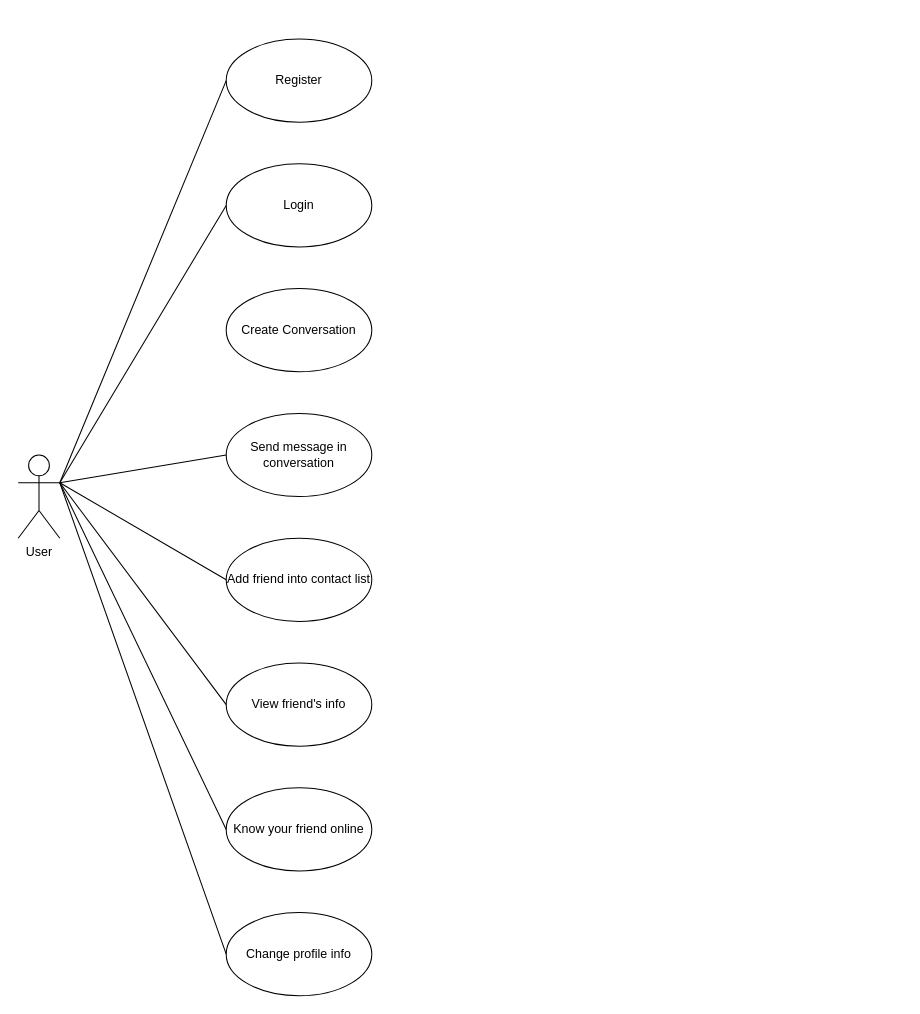
Above: page "UseCase1" (1 of 3) of Documentation/Diagrams/User Use case.drawio in phananhtruc98/ChatWebApp (draw.io), before the change. Source tidied: cells renumbered, new cells numbered last; positions are measured from the earlier drawing's top-left corner, leaving out a move shared by most shapes. Both pictures are drawn from the tidied source at 104%, with x=0, y=0 at pixel (18, 38).
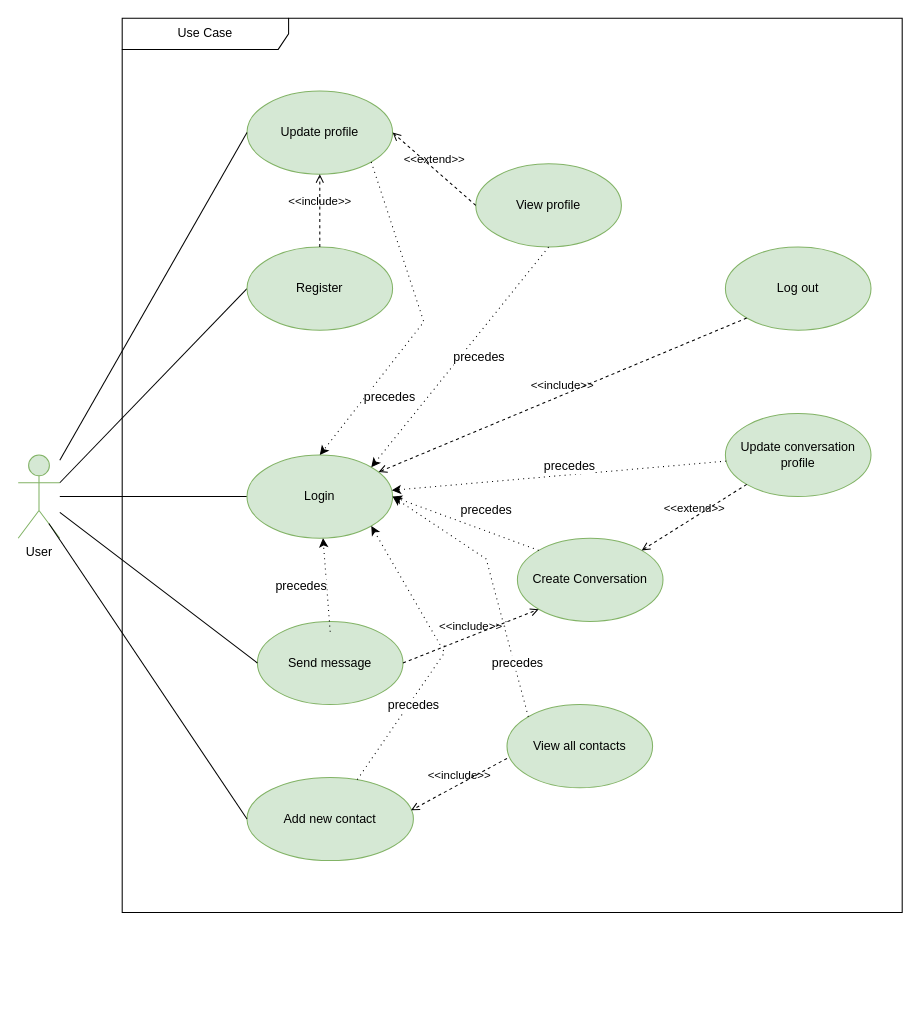
The same page after the edit.

Change to the diagram source:
```diff
@@
+    <mxCell id="11" style="rounded=0;jettySize=auto;html=1;entryX=0;entryY=0.5;entryDx=0;entryDy=0;endArrow=none;endFill=0;" parent="1" edge="1" source="2" target="4">
+      <mxGeometry relative="1" as="geometry" />
+    </mxCell>
-    <mxCell id="2" value="User" style="shape=umlActor;verticalLabelPosition=bottom;verticalAlign=top;html=1;" parent="1" vertex="1">
+    <mxCell id="2" value="User" style="shape=umlActor;verticalLabelPosition=bottom;verticalAlign=top;html=1;fillColor=#d5e8d4;strokeColor=#82b366;" parent="1" vertex="1">
       <mxGeometry y="400" width="40" height="80" as="geometry" />
     </mxCell>
+    <mxCell id="5" value="Create Conversation" style="ellipse;whiteSpace=wrap;html=1;fillColor=#d5e8d4;strokeColor=#82b366;" parent="1" vertex="1">
+      <mxGeometry x="480" y="480" width="140" height="80" as="geometry" />
+    </mxCell>
+    <mxCell id="6" value="Send message" style="ellipse;whiteSpace=wrap;html=1;fillColor=#d5e8d4;strokeColor=#82b366;" parent="1" vertex="1">
+      <mxGeometry x="230" y="560" width="140" height="80" as="geometry" />
+    </mxCell>
+    <mxCell id="10" style="rounded=0;jettySize=auto;html=1;exitX=1;exitY=0.3333333333333333;exitDx=0;exitDy=0;exitPerimeter=0;entryX=0;entryY=0.5;entryDx=0;entryDy=0;endArrow=none;endFill=0;" parent="1" edge="1" source="2" target="3">
+      <mxGeometry relative="1" as="geometry" />
+    </mxCell>
+    <mxCell id="18" value="Add new contact" style="ellipse;whiteSpace=wrap;html=1;fillColor=#d5e8d4;strokeColor=#82b366;" parent="1" vertex="1">
+      <mxGeometry x="220" y="710" width="160" height="80" as="geometry" />
+    </mxCell>
+    <mxCell id="19" value="Update conversation profile" style="ellipse;whiteSpace=wrap;html=1;fillColor=#d5e8d4;strokeColor=#82b366;" parent="1" vertex="1">
+      <mxGeometry x="680" y="360" width="140" height="80" as="geometry" />
+    </mxCell>
+    <mxCell id="20" value="Update profile" style="ellipse;whiteSpace=wrap;html=1;fillColor=#d5e8d4;strokeColor=#82b366;" parent="1" vertex="1">
+      <mxGeometry x="220" y="50" width="140" height="80" as="geometry" />
+    </mxCell>
-    <mxCell id="3" value="Register" style="ellipse;whiteSpace=wrap;html=1;" parent="1" vertex="1">
-      <mxGeometry x="200" width="140" height="80" as="geometry" />
+    <mxCell id="3" value="Register" style="ellipse;whiteSpace=wrap;html=1;fillColor=#d5e8d4;strokeColor=#82b366;" parent="1" vertex="1">
+      <mxGeometry x="220" y="200" width="140" height="80" as="geometry" />
     </mxCell>
-    <mxCell id="4" value="Login" style="ellipse;whiteSpace=wrap;html=1;" parent="1" vertex="1">
-      <mxGeometry x="200" y="120" width="140" height="80" as="geometry" />
+    <mxCell id="4" value="Login" style="ellipse;whiteSpace=wrap;html=1;fillColor=#d5e8d4;strokeColor=#82b366;" parent="1" vertex="1">
+      <mxGeometry x="220" y="400" width="140" height="80" as="geometry" />
     </mxCell>
-    <mxCell id="5" value="Create Conversation" style="ellipse;whiteSpace=wrap;html=1;" parent="1" vertex="1">
-      <mxGeometry x="200" y="240" width="140" height="80" as="geometry" />
-    </mxCell>
-    <mxCell id="6" value="Send message in conversation" style="ellipse;whiteSpace=wrap;html=1;" parent="1" vertex="1">
-      <mxGeometry x="200" y="360" width="140" height="80" as="geometry" />
-    </mxCell>
-    <mxCell id="7" value="Add friend into contact list" style="ellipse;whiteSpace=wrap;html=1;" parent="1" vertex="1">
-      <mxGeometry x="200" y="480" width="140" height="80" as="geometry" />
-    </mxCell>
-    <mxCell id="8" value="View friend's info" style="ellipse;whiteSpace=wrap;html=1;" parent="1" vertex="1">
-      <mxGeometry x="200" y="600" width="140" height="80" as="geometry" />
+    <mxCell id="8" value="View profile" style="ellipse;whiteSpace=wrap;html=1;fillColor=#d5e8d4;strokeColor=#82b366;" parent="1" vertex="1">
+      <mxGeometry x="440" y="120" width="140" height="80" as="geometry" />
     </mxCell>
+    <mxCell id="21" value="Log out" style="ellipse;whiteSpace=wrap;html=1;fillColor=#d5e8d4;strokeColor=#82b366;" parent="1" vertex="1">
+      <mxGeometry x="680" y="200" width="140" height="80" as="geometry" />
+    </mxCell>
-    <mxCell id="9" value="Know your friend online" style="ellipse;whiteSpace=wrap;html=1;" parent="1" vertex="1">
-      <mxGeometry x="200" y="720" width="140" height="80" as="geometry" />
+    <mxCell id="9" value="View all contacts" style="ellipse;whiteSpace=wrap;html=1;fillColor=#d5e8d4;strokeColor=#82b366;" parent="1" vertex="1">
+      <mxGeometry x="470" y="640" width="140" height="80" as="geometry" />
     </mxCell>
-    <mxCell id="10" style="rounded=0;jettySize=auto;html=1;exitX=1;exitY=0.3333333333333333;exitDx=0;exitDy=0;exitPerimeter=0;entryX=0;entryY=0.5;entryDx=0;entryDy=0;endArrow=none;endFill=0;" parent="1" edge="1" source="2" target="3">
-      <mxGeometry relative="1" as="geometry" />
-    </mxCell>
-    <mxCell id="11" style="rounded=0;jettySize=auto;html=1;exitX=1;exitY=0.3333333333333333;exitDx=0;exitDy=0;exitPerimeter=0;entryX=0;entryY=0.5;entryDx=0;entryDy=0;endArrow=none;endFill=0;" parent="1" edge="1" source="2" target="4">
-      <mxGeometry relative="1" as="geometry" />
-    </mxCell>
+    <mxCell id="22" value="&amp;lt;&amp;lt;include&amp;gt;&amp;gt;" style="html=1;verticalAlign=bottom;labelBackgroundColor=none;endArrow=open;endFill=0;dashed=1;rounded=0;entryX=0.5;entryY=1;entryDx=0;entryDy=0;exitX=0.5;exitY=0;exitDx=0;exitDy=0;" parent="1" edge="1" source="3" target="20">
+      <mxGeometry relative="1" as="geometry" />
+    </mxCell>
+    <mxCell id="23" style="rounded=0;jettySize=auto;html=1;entryX=0;entryY=0.5;entryDx=0;entryDy=0;endArrow=none;endFill=0;" parent="1" edge="1" source="2" target="20">
+      <mxGeometry relative="1" as="geometry" />
+    </mxCell>
+    <mxCell id="24" value="&amp;lt;&amp;lt;extend&amp;gt;&amp;gt;" style="html=1;verticalAlign=bottom;labelBackgroundColor=none;endArrow=open;endFill=0;dashed=1;rounded=0;entryX=1;entryY=0.5;entryDx=0;entryDy=0;exitX=0;exitY=0.5;exitDx=0;exitDy=0;" parent="1" edge="1" source="8" target="20">
+      <mxGeometry relative="1" as="geometry" />
+    </mxCell>
-    <mxCell id="12" style="rounded=0;jettySize=auto;html=1;exitX=1;exitY=0.3333333333333333;exitDx=0;exitDy=0;exitPerimeter=0;entryX=0;entryY=0.5;entryDx=0;entryDy=0;endArrow=none;endFill=0;" parent="1" edge="1" source="2" target="6">
+    <mxCell id="12" style="rounded=0;jettySize=auto;html=1;entryX=0;entryY=0.5;entryDx=0;entryDy=0;endArrow=none;endFill=0;" parent="1" edge="1" source="2" target="6">
       <mxGeometry relative="1" as="geometry" />
     </mxCell>
-    <mxCell id="13" style="rounded=0;jettySize=auto;html=1;exitX=1;exitY=0.3333333333333333;exitDx=0;exitDy=0;exitPerimeter=0;entryX=0;entryY=0.5;entryDx=0;entryDy=0;endArrow=none;endFill=0;" parent="1" edge="1" source="2" target="7">
-      <mxGeometry relative="1" as="geometry" />
-    </mxCell>
-    <mxCell id="14" style="rounded=0;jettySize=auto;html=1;exitX=1;exitY=0.3333333333333333;exitDx=0;exitDy=0;exitPerimeter=0;entryX=0;entryY=0.5;entryDx=0;entryDy=0;endArrow=none;endFill=0;" parent="1" edge="1" source="2" target="8">
-      <mxGeometry relative="1" as="geometry" />
-    </mxCell>
-    <mxCell id="15" style="rounded=0;jettySize=auto;html=1;exitX=1;exitY=0.3333333333333333;exitDx=0;exitDy=0;exitPerimeter=0;entryX=0;entryY=0.5;entryDx=0;entryDy=0;endArrow=none;endFill=0;" parent="1" edge="1" source="2" target="9">
-      <mxGeometry relative="1" as="geometry" />
-    </mxCell>
-    <mxCell id="16" value="Change profile info" style="ellipse;whiteSpace=wrap;html=1;" parent="1" vertex="1">
-      <mxGeometry x="200" y="840" width="140" height="80" as="geometry" />
-    </mxCell>
-    <mxCell id="17" style="rounded=0;jettySize=auto;html=1;exitX=1;exitY=0.3333333333333333;exitDx=0;exitDy=0;exitPerimeter=0;entryX=0;entryY=0.5;entryDx=0;entryDy=0;endArrow=none;endFill=0;" parent="1" edge="1" source="2" target="16">
-      <mxGeometry relative="1" as="geometry" />
-    </mxCell>
+    <mxCell id="25" style="rounded=0;jettySize=auto;html=1;entryX=0;entryY=0.5;entryDx=0;entryDy=0;endArrow=none;endFill=0;exitX=0.737;exitY=0.824;exitDx=0;exitDy=0;exitPerimeter=0;" parent="1" edge="1" source="2" target="18">
+      <mxGeometry relative="1" as="geometry" />
+    </mxCell>
+    <mxCell id="26" value="&amp;lt;&amp;lt;include&amp;gt;&amp;gt;" style="html=1;verticalAlign=bottom;labelBackgroundColor=none;endArrow=open;endFill=0;dashed=1;rounded=0;entryX=0;entryY=1;entryDx=0;entryDy=0;exitX=1;exitY=0.5;exitDx=0;exitDy=0;" parent="1" edge="1" source="6" target="5">
+      <mxGeometry relative="1" as="geometry" />
+    </mxCell>
+    <mxCell id="27" value="&amp;lt;&amp;lt;extend&amp;gt;&amp;gt;" style="html=1;verticalAlign=bottom;labelBackgroundColor=none;endArrow=open;endFill=0;dashed=1;rounded=0;entryX=1;entryY=0;entryDx=0;entryDy=0;exitX=0;exitY=1;exitDx=0;exitDy=0;" parent="1" edge="1" source="19" target="5">
+      <mxGeometry relative="1" as="geometry" />
+    </mxCell>
+    <mxCell id="28" value="&amp;lt;&amp;lt;include&amp;gt;&amp;gt;" style="html=1;verticalAlign=bottom;labelBackgroundColor=none;endArrow=open;endFill=0;dashed=1;rounded=0;entryX=0.986;entryY=0.396;entryDx=0;entryDy=0;entryPerimeter=0;exitX=0;exitY=0.647;exitDx=0;exitDy=0;exitPerimeter=0;" parent="1" edge="1" source="9" target="18">
+      <mxGeometry relative="1" as="geometry" />
+    </mxCell>
+    <mxCell id="29" value="&amp;lt;&amp;lt;include&amp;gt;&amp;gt;" style="html=1;verticalAlign=bottom;labelBackgroundColor=none;endArrow=open;endFill=0;dashed=1;rounded=0;exitX=0;exitY=1;exitDx=0;exitDy=0;" parent="1" edge="1" source="21" target="4">
+      <mxGeometry relative="1" as="geometry" />
+    </mxCell>
+    <mxCell id="30" style="edgeStyle=none;rounded=0;jumpStyle=arc;jettySize=auto;html=1;dashed=1;dashPattern=1 4;startArrow=none;startFill=0;endArrow=classic;endFill=1;fontSize=12;fontColor=#000000;entryX=1;entryY=1;entryDx=0;entryDy=0;" parent="1" edge="1" source="18" target="4">
+      <mxGeometry relative="1" as="geometry">
+        <Array as="points">
+          <mxPoint x="410" y="590" />
+        </Array>
+      </mxGeometry>
+    </mxCell>
+    <mxCell id="31" value="precedes" style="edgeLabel;html=1;align=center;verticalAlign=middle;fontSize=12;" parent="30" vertex="1">
+      <mxGeometry x="0.1" y="1" relative="1" as="geometry">
+        <mxPoint x="-24" y="59" as="offset" />
+      </mxGeometry>
+    </mxCell>
+    <mxCell id="32" style="edgeStyle=none;rounded=0;jumpStyle=arc;jettySize=auto;html=1;dashed=1;dashPattern=1 4;startArrow=none;startFill=0;endArrow=classic;endFill=1;fontSize=12;fontColor=#000000;" parent="1" edge="1" target="4">
+      <mxGeometry relative="1" as="geometry">
+        <mxPoint x="300" y="570" as="sourcePoint" />
+      </mxGeometry>
+    </mxCell>
+    <mxCell id="33" value="precedes" style="edgeLabel;html=1;align=center;verticalAlign=middle;fontSize=12;" parent="32" vertex="1">
+      <mxGeometry x="0.1" y="1" relative="1" as="geometry">
+        <mxPoint x="-24" y="5" as="offset" />
+      </mxGeometry>
+    </mxCell>
+    <mxCell id="34" style="edgeStyle=none;rounded=0;jumpStyle=arc;jettySize=auto;html=1;dashed=1;dashPattern=1 4;startArrow=none;startFill=0;endArrow=classic;endFill=1;fontSize=12;fontColor=#000000;entryX=1;entryY=0.5;entryDx=0;entryDy=0;exitX=0;exitY=0;exitDx=0;exitDy=0;" parent="1" edge="1" source="9" target="4">
+      <mxGeometry relative="1" as="geometry">
+        <Array as="points">
+          <mxPoint x="450" y="500" />
+        </Array>
+      </mxGeometry>
+    </mxCell>
+    <mxCell id="35" value="precedes" style="edgeLabel;html=1;align=center;verticalAlign=middle;fontSize=12;" parent="34" vertex="1">
+      <mxGeometry x="0.1" y="1" relative="1" as="geometry">
+        <mxPoint x="28" y="89" as="offset" />
+      </mxGeometry>
+    </mxCell>
+    <mxCell id="36" style="edgeStyle=none;rounded=0;jumpStyle=arc;jettySize=auto;html=1;dashed=1;dashPattern=1 4;startArrow=none;startFill=0;endArrow=classic;endFill=1;fontSize=12;fontColor=#000000;entryX=0.5;entryY=0;entryDx=0;entryDy=0;exitX=1;exitY=1;exitDx=0;exitDy=0;" parent="1" edge="1" source="20" target="4">
+      <mxGeometry relative="1" as="geometry">
+        <Array as="points">
+          <mxPoint x="390" y="272" />
+        </Array>
+      </mxGeometry>
+    </mxCell>
+    <mxCell id="37" value="precedes" style="edgeLabel;html=1;align=center;verticalAlign=middle;fontSize=12;" parent="36" vertex="1">
+      <mxGeometry x="0.1" y="1" relative="1" as="geometry">
+        <mxPoint x="-24" y="59" as="offset" />
+      </mxGeometry>
+    </mxCell>
+    <mxCell id="38" style="edgeStyle=none;rounded=0;jumpStyle=arc;jettySize=auto;html=1;dashed=1;dashPattern=1 4;startArrow=none;startFill=0;endArrow=classic;endFill=1;fontSize=12;fontColor=#000000;" parent="1" edge="1" source="19" target="4">
+      <mxGeometry relative="1" as="geometry" />
+    </mxCell>
+    <mxCell id="39" value="precedes" style="edgeLabel;html=1;align=center;verticalAlign=middle;fontSize=12;" parent="38" vertex="1">
+      <mxGeometry x="0.1" y="1" relative="1" as="geometry">
+        <mxPoint x="26" y="-12" as="offset" />
+      </mxGeometry>
+    </mxCell>
+    <mxCell id="40" style="edgeStyle=none;rounded=0;jumpStyle=arc;jettySize=auto;html=1;dashed=1;dashPattern=1 4;startArrow=none;startFill=0;endArrow=classic;endFill=1;fontSize=12;fontColor=#000000;exitX=0;exitY=0;exitDx=0;exitDy=0;entryX=1;entryY=0.5;entryDx=0;entryDy=0;" parent="1" edge="1" source="5" target="4">
+      <mxGeometry relative="1" as="geometry" />
+    </mxCell>
+    <mxCell id="41" value="precedes" style="edgeLabel;html=1;align=center;verticalAlign=middle;fontSize=12;" parent="40" vertex="1">
+      <mxGeometry x="0.1" y="1" relative="1" as="geometry">
+        <mxPoint x="26" y="-12" as="offset" />
+      </mxGeometry>
+    </mxCell>
+    <mxCell id="42" style="edgeStyle=none;rounded=0;jumpStyle=arc;jettySize=auto;html=1;dashed=1;dashPattern=1 4;startArrow=none;startFill=0;endArrow=classic;endFill=1;fontSize=12;fontColor=#000000;exitX=0.5;exitY=1;exitDx=0;exitDy=0;entryX=1;entryY=0;entryDx=0;entryDy=0;" parent="1" edge="1" source="8" target="4">
+      <mxGeometry relative="1" as="geometry" />
+    </mxCell>
+    <mxCell id="43" value="precedes" style="edgeLabel;html=1;align=center;verticalAlign=middle;fontSize=12;" parent="42" vertex="1">
+      <mxGeometry x="0.1" y="1" relative="1" as="geometry">
+        <mxPoint x="26" y="-12" as="offset" />
+      </mxGeometry>
+    </mxCell>
+    <mxCell id="44" value="Use Case" style="shape=umlFrame;whiteSpace=wrap;html=1;width=160;" parent="1" vertex="1">
+      <mxGeometry x="100" y="-20" width="750" height="860" as="geometry" />
+    </mxCell>
```
